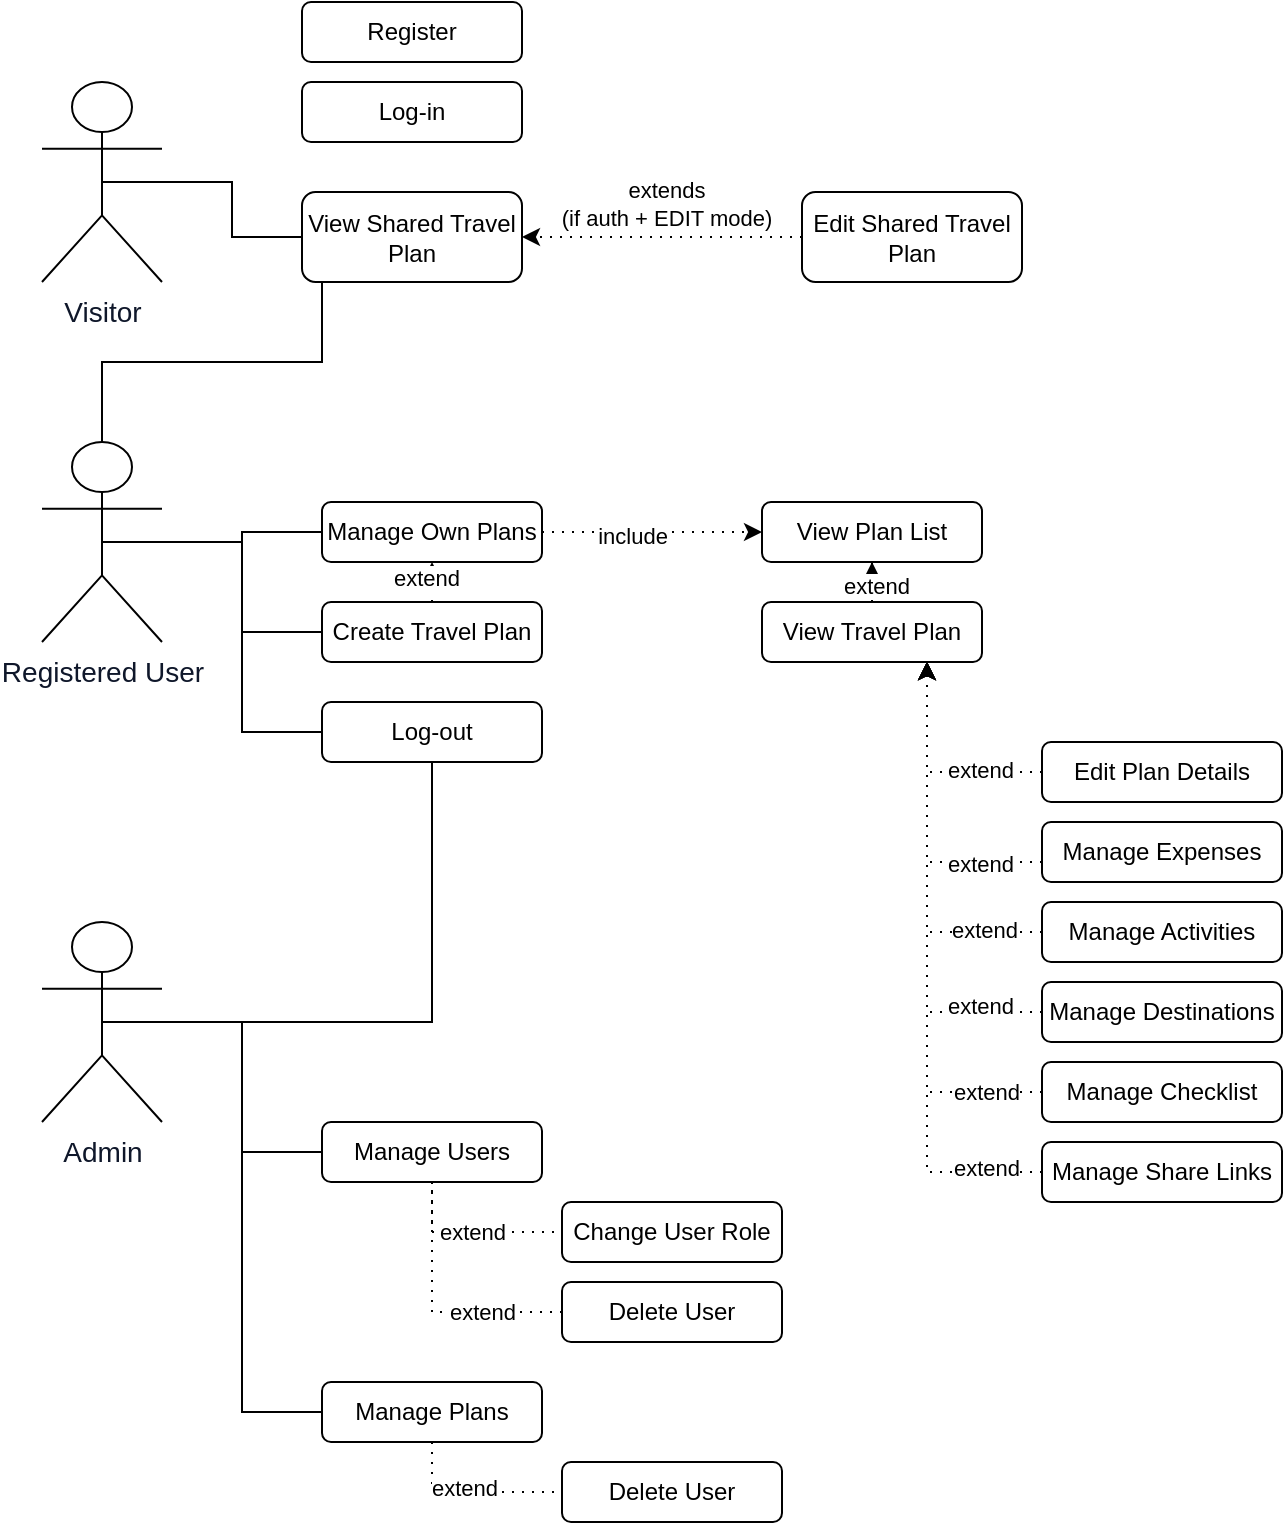
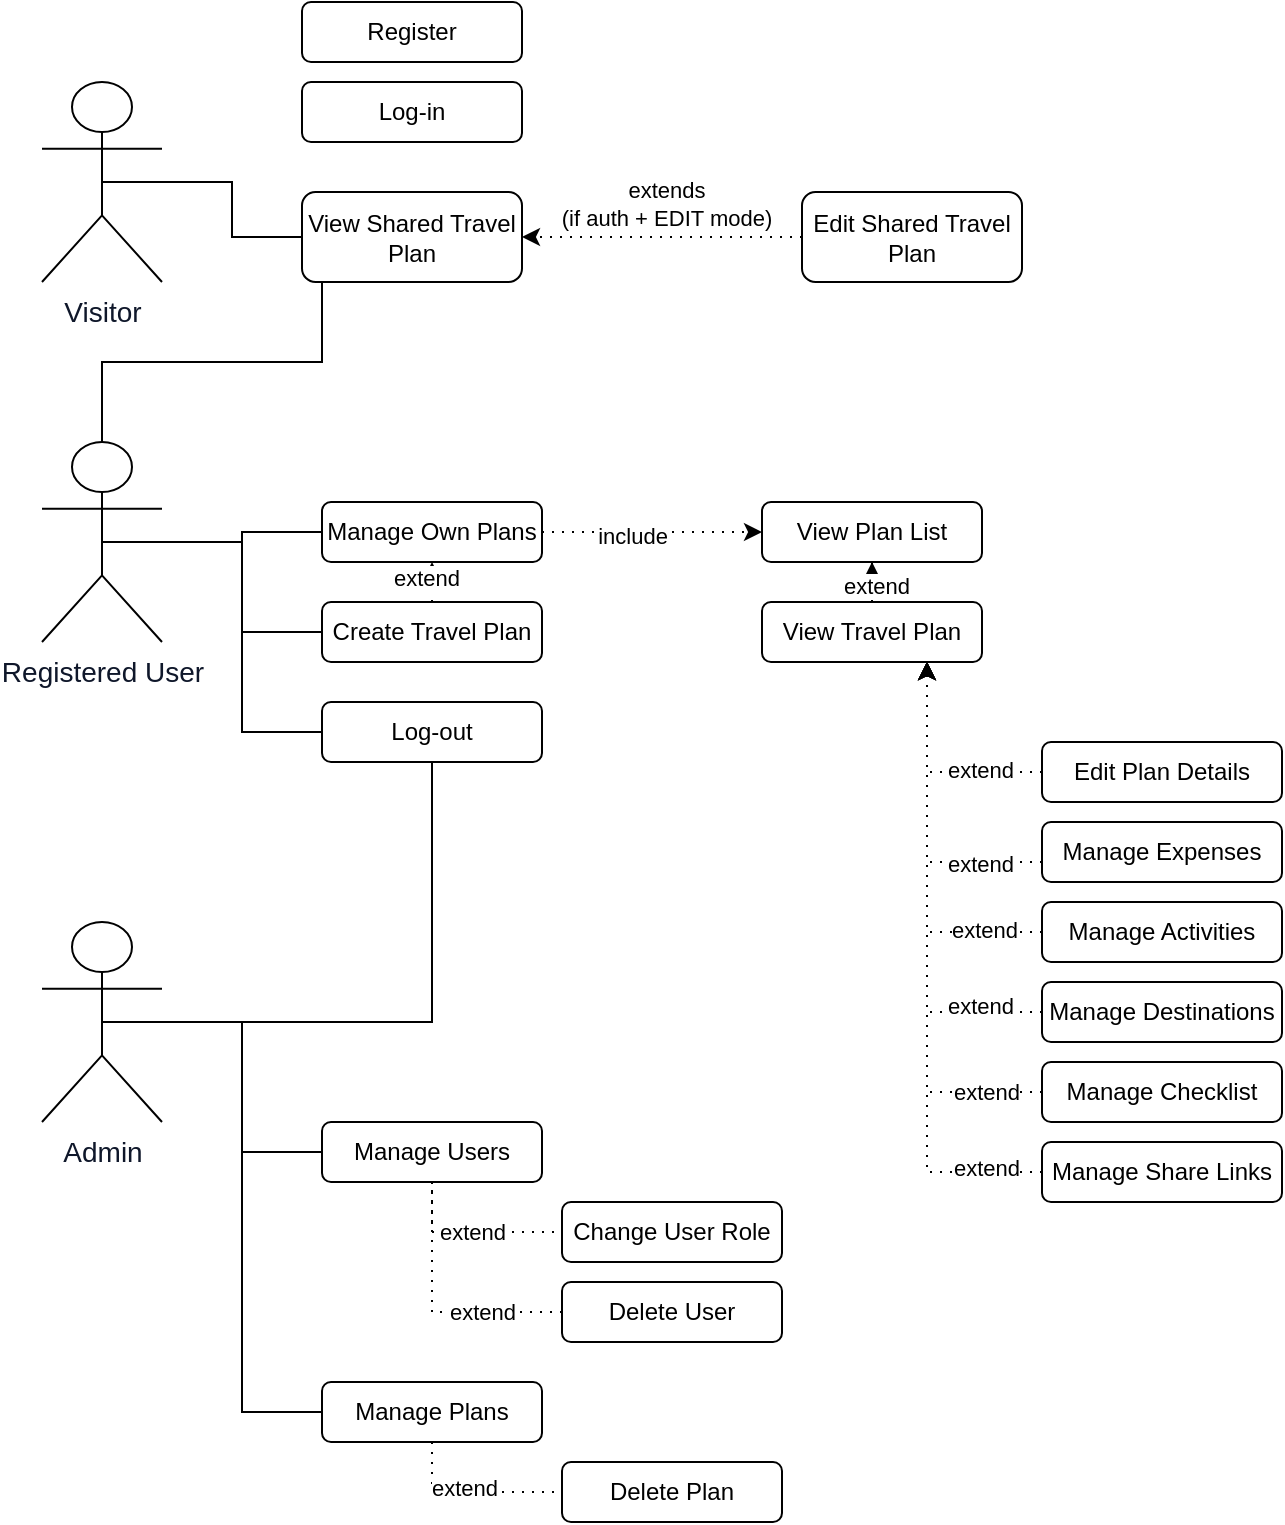
<mxfile host="app.diagrams.net">
  <diagram name="Page-1" id="JQ0ytzAbKHy_53Dx3UWG">
    <mxGraphModel dx="1542" dy="850" grid="1" gridSize="10" guides="1" tooltips="1" connect="1" arrows="1" fold="1" page="1" pageScale="1" pageWidth="850" pageHeight="1100" math="0" shadow="0">
      <root>
        <mxCell id="0" />
        <mxCell id="1" parent="0" />
        <mxCell id="0FWeY1FcLHRtp9oOA9W7-57" edge="1" parent="1" source="0FWeY1FcLHRtp9oOA9W7-1" style="edgeStyle=orthogonalEdgeStyle;rounded=0;orthogonalLoop=1;jettySize=auto;html=1;exitX=0.5;exitY=0.5;exitDx=0;exitDy=0;exitPerimeter=0;entryX=0;entryY=0.5;entryDx=0;entryDy=0;endArrow=none;endFill=0;" target="0FWeY1FcLHRtp9oOA9W7-55">
          <mxGeometry relative="1" as="geometry" />
        </mxCell>
        <mxCell id="0FWeY1FcLHRtp9oOA9W7-1" parent="1" style="shape=umlActor;verticalLabelPosition=bottom;verticalAlign=top;html=1;outlineConnect=0;fontSize=14;fontColor=#0F172A;" value="Visitor" vertex="1">
          <mxGeometry height="100" width="60" x="30" y="100" as="geometry" />
        </mxCell>
        <mxCell id="0FWeY1FcLHRtp9oOA9W7-2" parent="1" style="rounded=1;whiteSpace=wrap;html=1;" value="Register" vertex="1">
          <mxGeometry height="30" width="110" x="160" y="60" as="geometry" />
        </mxCell>
        <mxCell id="0FWeY1FcLHRtp9oOA9W7-3" parent="1" style="rounded=1;whiteSpace=wrap;html=1;" value="Log-in" vertex="1">
          <mxGeometry height="30" width="110" x="160" y="100" as="geometry" />
        </mxCell>
        <mxCell id="0FWeY1FcLHRtp9oOA9W7-46" edge="1" parent="1" source="0FWeY1FcLHRtp9oOA9W7-4" style="edgeStyle=orthogonalEdgeStyle;rounded=0;orthogonalLoop=1;jettySize=auto;html=1;exitX=0.5;exitY=0.5;exitDx=0;exitDy=0;exitPerimeter=0;entryX=0;entryY=0.5;entryDx=0;entryDy=0;endArrow=none;endFill=0;" target="0FWeY1FcLHRtp9oOA9W7-44">
          <mxGeometry relative="1" as="geometry" />
        </mxCell>
        <mxCell id="0FWeY1FcLHRtp9oOA9W7-47" edge="1" parent="1" source="0FWeY1FcLHRtp9oOA9W7-4" style="edgeStyle=orthogonalEdgeStyle;rounded=0;orthogonalLoop=1;jettySize=auto;html=1;exitX=0.5;exitY=0.5;exitDx=0;exitDy=0;exitPerimeter=0;entryX=0;entryY=0.5;entryDx=0;entryDy=0;endArrow=none;endFill=0;" target="0FWeY1FcLHRtp9oOA9W7-5">
          <mxGeometry relative="1" as="geometry" />
        </mxCell>
        <mxCell id="0FWeY1FcLHRtp9oOA9W7-48" edge="1" parent="1" source="0FWeY1FcLHRtp9oOA9W7-4" style="edgeStyle=orthogonalEdgeStyle;rounded=0;orthogonalLoop=1;jettySize=auto;html=1;exitX=0.5;exitY=0.5;exitDx=0;exitDy=0;exitPerimeter=0;endArrow=none;endFill=0;" target="0FWeY1FcLHRtp9oOA9W7-11">
          <mxGeometry relative="1" as="geometry" />
        </mxCell>
        <mxCell id="0FWeY1FcLHRtp9oOA9W7-56" edge="1" parent="1" source="0FWeY1FcLHRtp9oOA9W7-4" style="edgeStyle=orthogonalEdgeStyle;rounded=0;orthogonalLoop=1;jettySize=auto;html=1;exitX=0.5;exitY=0;exitDx=0;exitDy=0;exitPerimeter=0;entryX=0;entryY=0.5;entryDx=0;entryDy=0;endArrow=none;endFill=0;" target="0FWeY1FcLHRtp9oOA9W7-55">
          <mxGeometry relative="1" as="geometry">
            <Array as="points">
              <mxPoint x="60" y="240" />
              <mxPoint x="170" y="240" />
            </Array>
          </mxGeometry>
        </mxCell>
        <mxCell id="0FWeY1FcLHRtp9oOA9W7-4" parent="1" style="shape=umlActor;verticalLabelPosition=bottom;verticalAlign=top;html=1;outlineConnect=0;fontSize=14;fontColor=#0F172A;" value="Registered User&lt;div&gt;&lt;br&gt;&lt;/div&gt;" vertex="1">
          <mxGeometry height="100" width="60" x="30" y="280" as="geometry" />
        </mxCell>
        <mxCell id="0FWeY1FcLHRtp9oOA9W7-9" edge="1" parent="1" source="0FWeY1FcLHRtp9oOA9W7-5" style="edgeStyle=orthogonalEdgeStyle;rounded=0;orthogonalLoop=1;jettySize=auto;html=1;exitX=1;exitY=0.5;exitDx=0;exitDy=0;dashed=1;dashPattern=1 4;" target="0FWeY1FcLHRtp9oOA9W7-6">
          <mxGeometry relative="1" as="geometry" />
        </mxCell>
        <mxCell id="0FWeY1FcLHRtp9oOA9W7-10" connectable="0" parent="0FWeY1FcLHRtp9oOA9W7-9" style="edgeLabel;html=1;align=center;verticalAlign=middle;resizable=0;points=[];" value="include" vertex="1">
          <mxGeometry relative="1" x="-0.1846" y="-2" as="geometry">
            <mxPoint as="offset" />
          </mxGeometry>
        </mxCell>
        <mxCell id="0FWeY1FcLHRtp9oOA9W7-5" parent="1" style="rounded=1;whiteSpace=wrap;html=1;" value="Manage Own Plans" vertex="1">
          <mxGeometry height="30" width="110" x="170" y="310" as="geometry" />
        </mxCell>
        <mxCell id="0FWeY1FcLHRtp9oOA9W7-6" parent="1" style="rounded=1;whiteSpace=wrap;html=1;" value="View Plan List" vertex="1">
          <mxGeometry height="30" width="110" x="390" y="310" as="geometry" />
        </mxCell>
        <mxCell id="0FWeY1FcLHRtp9oOA9W7-12" edge="1" parent="1" source="0FWeY1FcLHRtp9oOA9W7-11" style="edgeStyle=orthogonalEdgeStyle;rounded=0;orthogonalLoop=1;jettySize=auto;html=1;exitX=0.5;exitY=0;exitDx=0;exitDy=0;entryX=0.5;entryY=1;entryDx=0;entryDy=0;dashed=1;dashPattern=1 4;" target="0FWeY1FcLHRtp9oOA9W7-5">
          <mxGeometry relative="1" as="geometry" />
        </mxCell>
        <mxCell id="0FWeY1FcLHRtp9oOA9W7-13" connectable="0" parent="0FWeY1FcLHRtp9oOA9W7-12" style="edgeLabel;html=1;align=center;verticalAlign=middle;resizable=0;points=[];" value="extend" vertex="1">
          <mxGeometry relative="1" x="0.192" y="3" as="geometry">
            <mxPoint as="offset" />
          </mxGeometry>
        </mxCell>
        <mxCell id="0FWeY1FcLHRtp9oOA9W7-11" parent="1" style="rounded=1;whiteSpace=wrap;html=1;" value="Create Travel Plan" vertex="1">
          <mxGeometry height="30" width="110" x="170" y="360" as="geometry" />
        </mxCell>
        <mxCell id="0FWeY1FcLHRtp9oOA9W7-17" edge="1" parent="1" source="0FWeY1FcLHRtp9oOA9W7-16" style="edgeStyle=orthogonalEdgeStyle;rounded=0;orthogonalLoop=1;jettySize=auto;html=1;dashed=1;dashPattern=1 4;" target="0FWeY1FcLHRtp9oOA9W7-6">
          <mxGeometry relative="1" as="geometry">
            <mxPoint x="437" y="360" as="sourcePoint" />
          </mxGeometry>
        </mxCell>
        <mxCell id="0FWeY1FcLHRtp9oOA9W7-18" connectable="0" parent="0FWeY1FcLHRtp9oOA9W7-17" style="edgeLabel;html=1;align=center;verticalAlign=middle;resizable=0;points=[];" value="extend" vertex="1">
          <mxGeometry relative="1" x="0.0714" y="2" as="geometry">
            <mxPoint as="offset" />
          </mxGeometry>
        </mxCell>
        <mxCell id="0FWeY1FcLHRtp9oOA9W7-16" parent="1" style="rounded=1;whiteSpace=wrap;html=1;" value="View Travel Plan" vertex="1">
          <mxGeometry height="30" width="110" x="390" y="360" as="geometry" />
        </mxCell>
        <mxCell id="0FWeY1FcLHRtp9oOA9W7-24" edge="1" parent="1" source="0FWeY1FcLHRtp9oOA9W7-19" style="edgeStyle=orthogonalEdgeStyle;rounded=0;orthogonalLoop=1;jettySize=auto;html=1;exitX=0;exitY=0.5;exitDx=0;exitDy=0;entryX=0.75;entryY=1;entryDx=0;entryDy=0;dashed=1;dashPattern=1 4;" target="0FWeY1FcLHRtp9oOA9W7-16">
          <mxGeometry relative="1" as="geometry" />
        </mxCell>
        <mxCell id="0FWeY1FcLHRtp9oOA9W7-27" connectable="0" parent="0FWeY1FcLHRtp9oOA9W7-24" style="edgeLabel;html=1;align=center;verticalAlign=middle;resizable=0;points=[];" value="extend" vertex="1">
          <mxGeometry relative="1" x="-0.4378" y="-1" as="geometry">
            <mxPoint as="offset" />
          </mxGeometry>
        </mxCell>
        <mxCell id="0FWeY1FcLHRtp9oOA9W7-19" parent="1" style="rounded=1;whiteSpace=wrap;html=1;" value="Edit Plan Details" vertex="1">
          <mxGeometry height="30" width="120" x="530" y="430" as="geometry" />
        </mxCell>
        <mxCell id="0FWeY1FcLHRtp9oOA9W7-25" edge="1" parent="1" source="0FWeY1FcLHRtp9oOA9W7-20" style="edgeStyle=orthogonalEdgeStyle;rounded=0;orthogonalLoop=1;jettySize=auto;html=1;exitX=0;exitY=0.5;exitDx=0;exitDy=0;entryX=0.75;entryY=1;entryDx=0;entryDy=0;dashed=1;dashPattern=1 4;" target="0FWeY1FcLHRtp9oOA9W7-16">
          <mxGeometry relative="1" as="geometry">
            <Array as="points">
              <mxPoint x="530" y="490" />
              <mxPoint x="473" y="490" />
            </Array>
          </mxGeometry>
        </mxCell>
        <mxCell id="0FWeY1FcLHRtp9oOA9W7-28" connectable="0" parent="0FWeY1FcLHRtp9oOA9W7-25" style="edgeLabel;html=1;align=center;verticalAlign=middle;resizable=0;points=[];" value="extend" vertex="1">
          <mxGeometry relative="1" x="-0.5509" y="1" as="geometry">
            <mxPoint as="offset" />
          </mxGeometry>
        </mxCell>
        <mxCell id="0FWeY1FcLHRtp9oOA9W7-20" parent="1" style="rounded=1;whiteSpace=wrap;html=1;" value="Manage Expenses" vertex="1">
          <mxGeometry height="30" width="120" x="530" y="470" as="geometry" />
        </mxCell>
        <mxCell id="0FWeY1FcLHRtp9oOA9W7-26" edge="1" parent="1" source="0FWeY1FcLHRtp9oOA9W7-21" style="edgeStyle=orthogonalEdgeStyle;rounded=0;orthogonalLoop=1;jettySize=auto;html=1;exitX=0;exitY=0.5;exitDx=0;exitDy=0;entryX=0.75;entryY=1;entryDx=0;entryDy=0;dashed=1;dashPattern=1 4;" target="0FWeY1FcLHRtp9oOA9W7-16">
          <mxGeometry relative="1" as="geometry" />
        </mxCell>
        <mxCell id="0FWeY1FcLHRtp9oOA9W7-29" connectable="0" parent="0FWeY1FcLHRtp9oOA9W7-26" style="edgeLabel;html=1;align=center;verticalAlign=middle;resizable=0;points=[];" value="extend" vertex="1">
          <mxGeometry relative="1" x="-0.6986" y="-1" as="geometry">
            <mxPoint as="offset" />
          </mxGeometry>
        </mxCell>
        <mxCell id="0FWeY1FcLHRtp9oOA9W7-21" parent="1" style="rounded=1;whiteSpace=wrap;html=1;" value="Manage Activities" vertex="1">
          <mxGeometry height="30" width="120" x="530" y="510" as="geometry" />
        </mxCell>
        <mxCell id="0FWeY1FcLHRtp9oOA9W7-30" edge="1" parent="1" source="0FWeY1FcLHRtp9oOA9W7-22" style="edgeStyle=orthogonalEdgeStyle;rounded=0;orthogonalLoop=1;jettySize=auto;html=1;exitX=0;exitY=0.5;exitDx=0;exitDy=0;entryX=0.75;entryY=1;entryDx=0;entryDy=0;dashed=1;dashPattern=1 4;" target="0FWeY1FcLHRtp9oOA9W7-16">
          <mxGeometry relative="1" as="geometry" />
        </mxCell>
        <mxCell id="0FWeY1FcLHRtp9oOA9W7-32" connectable="0" parent="0FWeY1FcLHRtp9oOA9W7-30" style="edgeLabel;html=1;align=center;verticalAlign=middle;resizable=0;points=[];" value="extend" vertex="1">
          <mxGeometry relative="1" x="-0.7271" y="-3" as="geometry">
            <mxPoint as="offset" />
          </mxGeometry>
        </mxCell>
        <mxCell id="0FWeY1FcLHRtp9oOA9W7-22" parent="1" style="rounded=1;whiteSpace=wrap;html=1;" value="Manage Destinations" vertex="1">
          <mxGeometry height="30" width="120" x="530" y="550" as="geometry" />
        </mxCell>
        <mxCell id="0FWeY1FcLHRtp9oOA9W7-31" edge="1" parent="1" source="0FWeY1FcLHRtp9oOA9W7-23" style="edgeStyle=orthogonalEdgeStyle;rounded=0;orthogonalLoop=1;jettySize=auto;html=1;exitX=0;exitY=0.5;exitDx=0;exitDy=0;entryX=0.75;entryY=1;entryDx=0;entryDy=0;dashed=1;dashPattern=1 4;" target="0FWeY1FcLHRtp9oOA9W7-16">
          <mxGeometry relative="1" as="geometry" />
        </mxCell>
        <mxCell id="0FWeY1FcLHRtp9oOA9W7-33" connectable="0" parent="0FWeY1FcLHRtp9oOA9W7-31" style="edgeLabel;html=1;align=center;verticalAlign=middle;resizable=0;points=[];" value="extend" vertex="1">
          <mxGeometry relative="1" x="-0.7941" as="geometry">
            <mxPoint as="offset" />
          </mxGeometry>
        </mxCell>
        <mxCell id="0FWeY1FcLHRtp9oOA9W7-23" parent="1" style="rounded=1;whiteSpace=wrap;html=1;" value="Manage Checklist" vertex="1">
          <mxGeometry height="30" width="120" x="530" y="590" as="geometry" />
        </mxCell>
        <mxCell id="0FWeY1FcLHRtp9oOA9W7-44" parent="1" style="rounded=1;whiteSpace=wrap;html=1;" value="Log-out" vertex="1">
          <mxGeometry height="30" width="110" x="170" y="410" as="geometry" />
        </mxCell>
        <mxCell id="0FWeY1FcLHRtp9oOA9W7-50" edge="1" parent="1" source="0FWeY1FcLHRtp9oOA9W7-49" style="edgeStyle=orthogonalEdgeStyle;rounded=0;orthogonalLoop=1;jettySize=auto;html=1;exitX=0;exitY=0.5;exitDx=0;exitDy=0;entryX=0.75;entryY=1;entryDx=0;entryDy=0;dashed=1;dashPattern=1 4;" target="0FWeY1FcLHRtp9oOA9W7-16">
          <mxGeometry relative="1" as="geometry" />
        </mxCell>
        <mxCell id="0FWeY1FcLHRtp9oOA9W7-51" connectable="0" parent="0FWeY1FcLHRtp9oOA9W7-50" style="edgeLabel;html=1;align=center;verticalAlign=middle;resizable=0;points=[];" value="extend" vertex="1">
          <mxGeometry relative="1" x="-0.8208" y="-2" as="geometry">
            <mxPoint as="offset" />
          </mxGeometry>
        </mxCell>
        <mxCell id="0FWeY1FcLHRtp9oOA9W7-49" parent="1" style="rounded=1;whiteSpace=wrap;html=1;" value="Manage Share Links" vertex="1">
          <mxGeometry height="30" width="120" x="530" y="630" as="geometry" />
        </mxCell>
        <mxCell id="0FWeY1FcLHRtp9oOA9W7-54" edge="1" parent="1" source="0FWeY1FcLHRtp9oOA9W7-52" style="edgeStyle=orthogonalEdgeStyle;rounded=0;orthogonalLoop=1;jettySize=auto;html=1;exitX=0.5;exitY=0.5;exitDx=0;exitDy=0;exitPerimeter=0;entryX=0.5;entryY=1;entryDx=0;entryDy=0;endArrow=none;endFill=0;" target="0FWeY1FcLHRtp9oOA9W7-44">
          <mxGeometry relative="1" as="geometry" />
        </mxCell>
        <mxCell id="0FWeY1FcLHRtp9oOA9W7-63" edge="1" parent="1" source="0FWeY1FcLHRtp9oOA9W7-52" style="edgeStyle=orthogonalEdgeStyle;rounded=0;orthogonalLoop=1;jettySize=auto;html=1;exitX=0.5;exitY=0.5;exitDx=0;exitDy=0;exitPerimeter=0;endArrow=none;endFill=0;" target="0FWeY1FcLHRtp9oOA9W7-62">
          <mxGeometry relative="1" as="geometry" />
        </mxCell>
        <mxCell id="0FWeY1FcLHRtp9oOA9W7-71" edge="1" parent="1" source="0FWeY1FcLHRtp9oOA9W7-52" style="edgeStyle=orthogonalEdgeStyle;rounded=0;orthogonalLoop=1;jettySize=auto;html=1;exitX=0.5;exitY=0.5;exitDx=0;exitDy=0;exitPerimeter=0;entryX=0;entryY=0.5;entryDx=0;entryDy=0;endArrow=none;endFill=0;" target="0FWeY1FcLHRtp9oOA9W7-68">
          <mxGeometry relative="1" as="geometry" />
        </mxCell>
        <mxCell id="0FWeY1FcLHRtp9oOA9W7-52" parent="1" style="shape=umlActor;verticalLabelPosition=bottom;verticalAlign=top;html=1;outlineConnect=0;fontSize=14;fontColor=#0F172A;" value="&lt;div&gt;Admin&lt;/div&gt;" vertex="1">
          <mxGeometry height="100" width="60" x="30" y="520" as="geometry" />
        </mxCell>
        <mxCell id="0FWeY1FcLHRtp9oOA9W7-55" parent="1" style="rounded=1;whiteSpace=wrap;html=1;" value="View Shared Travel&lt;br&gt;Plan" vertex="1">
          <mxGeometry height="45" width="110" x="160" y="155" as="geometry" />
        </mxCell>
        <mxCell id="0FWeY1FcLHRtp9oOA9W7-59" edge="1" parent="1" source="0FWeY1FcLHRtp9oOA9W7-58" style="edgeStyle=orthogonalEdgeStyle;rounded=0;orthogonalLoop=1;jettySize=auto;html=1;exitX=0;exitY=0.5;exitDx=0;exitDy=0;entryX=1;entryY=0.5;entryDx=0;entryDy=0;dashed=1;dashPattern=1 4;">
          <mxGeometry relative="1" as="geometry">
            <mxPoint x="380" y="177.5" as="sourcePoint" />
            <mxPoint x="270" y="177.5" as="targetPoint" />
          </mxGeometry>
        </mxCell>
        <mxCell id="0FWeY1FcLHRtp9oOA9W7-60" connectable="0" parent="0FWeY1FcLHRtp9oOA9W7-59" style="edgeLabel;html=1;align=center;verticalAlign=middle;resizable=0;points=[];" value="extends&lt;br&gt;(if auth + EDIT mode)" vertex="1">
          <mxGeometry relative="1" x="0.2364" y="-3" as="geometry">
            <mxPoint x="18" y="-14" as="offset" />
          </mxGeometry>
        </mxCell>
        <mxCell id="0FWeY1FcLHRtp9oOA9W7-58" parent="1" style="rounded=1;whiteSpace=wrap;html=1;" value="Edit Shared Travel&lt;br&gt;Plan" vertex="1">
          <mxGeometry height="45" width="110" x="410" y="155" as="geometry" />
        </mxCell>
        <mxCell id="0FWeY1FcLHRtp9oOA9W7-65" edge="1" parent="1" source="0FWeY1FcLHRtp9oOA9W7-62" style="edgeStyle=orthogonalEdgeStyle;rounded=0;orthogonalLoop=1;jettySize=auto;html=1;exitX=0.5;exitY=1;exitDx=0;exitDy=0;entryX=0;entryY=0.5;entryDx=0;entryDy=0;dashed=1;dashPattern=1 4;endArrow=none;endFill=0;" target="0FWeY1FcLHRtp9oOA9W7-64">
          <mxGeometry relative="1" as="geometry" />
        </mxCell>
        <mxCell id="0FWeY1FcLHRtp9oOA9W7-66" connectable="0" parent="0FWeY1FcLHRtp9oOA9W7-65" style="edgeLabel;html=1;align=center;verticalAlign=middle;resizable=0;points=[];" value="extend" vertex="1">
          <mxGeometry relative="1" x="-0.0089" as="geometry">
            <mxPoint as="offset" />
          </mxGeometry>
        </mxCell>
        <mxCell id="0FWeY1FcLHRtp9oOA9W7-62" parent="1" style="rounded=1;whiteSpace=wrap;html=1;" value="Manage Users" vertex="1">
          <mxGeometry height="30" width="110" x="170" y="620" as="geometry" />
        </mxCell>
        <mxCell id="0FWeY1FcLHRtp9oOA9W7-64" parent="1" style="rounded=1;whiteSpace=wrap;html=1;" value="Change User Role" vertex="1">
          <mxGeometry height="30" width="110" x="290" y="660" as="geometry" />
        </mxCell>
        <mxCell id="0FWeY1FcLHRtp9oOA9W7-69" edge="1" parent="1" source="0FWeY1FcLHRtp9oOA9W7-67" style="edgeStyle=orthogonalEdgeStyle;rounded=0;orthogonalLoop=1;jettySize=auto;html=1;exitX=0;exitY=0.5;exitDx=0;exitDy=0;entryX=0.5;entryY=1;entryDx=0;entryDy=0;dashed=1;dashPattern=1 4;endArrow=none;endFill=0;" target="0FWeY1FcLHRtp9oOA9W7-62">
          <mxGeometry relative="1" as="geometry" />
        </mxCell>
        <mxCell id="0FWeY1FcLHRtp9oOA9W7-70" connectable="0" parent="0FWeY1FcLHRtp9oOA9W7-69" style="edgeLabel;html=1;align=center;verticalAlign=middle;resizable=0;points=[];" value="extend" vertex="1">
          <mxGeometry relative="1" x="-0.2246" as="geometry">
            <mxPoint x="10" as="offset" />
          </mxGeometry>
        </mxCell>
        <mxCell id="0FWeY1FcLHRtp9oOA9W7-67" parent="1" style="rounded=1;whiteSpace=wrap;html=1;" value="Delete User" vertex="1">
          <mxGeometry height="30" width="110" x="290" y="700" as="geometry" />
        </mxCell>
        <mxCell id="0FWeY1FcLHRtp9oOA9W7-73" edge="1" parent="1" source="0FWeY1FcLHRtp9oOA9W7-68" style="edgeStyle=orthogonalEdgeStyle;rounded=0;orthogonalLoop=1;jettySize=auto;html=1;exitX=0.5;exitY=1;exitDx=0;exitDy=0;entryX=0;entryY=0.5;entryDx=0;entryDy=0;endArrow=none;endFill=0;dashed=1;dashPattern=1 4;" target="0FWeY1FcLHRtp9oOA9W7-72">
          <mxGeometry relative="1" as="geometry" />
        </mxCell>
        <mxCell id="0FWeY1FcLHRtp9oOA9W7-74" connectable="0" parent="0FWeY1FcLHRtp9oOA9W7-73" style="edgeLabel;html=1;align=center;verticalAlign=middle;resizable=0;points=[];" value="extend" vertex="1">
          <mxGeometry relative="1" x="-0.0978" y="2" as="geometry">
            <mxPoint as="offset" />
          </mxGeometry>
        </mxCell>
        <mxCell id="0FWeY1FcLHRtp9oOA9W7-68" parent="1" style="rounded=1;whiteSpace=wrap;html=1;" value="Manage Plans" vertex="1">
          <mxGeometry height="30" width="110" x="170" y="750" as="geometry" />
        </mxCell>
-         <mxCell id="0FWeY1FcLHRtp9oOA9W7-72" parent="1" style="rounded=1;whiteSpace=wrap;html=1;" value="Delete User" vertex="1">
+         <mxCell id="0FWeY1FcLHRtp9oOA9W7-72" parent="1" style="rounded=1;whiteSpace=wrap;html=1;" value="Delete Plan" vertex="1">
          <mxGeometry height="30" width="110" x="290" y="790" as="geometry" />
        </mxCell>
      </root>
    </mxGraphModel>
  </diagram>
</mxfile>
